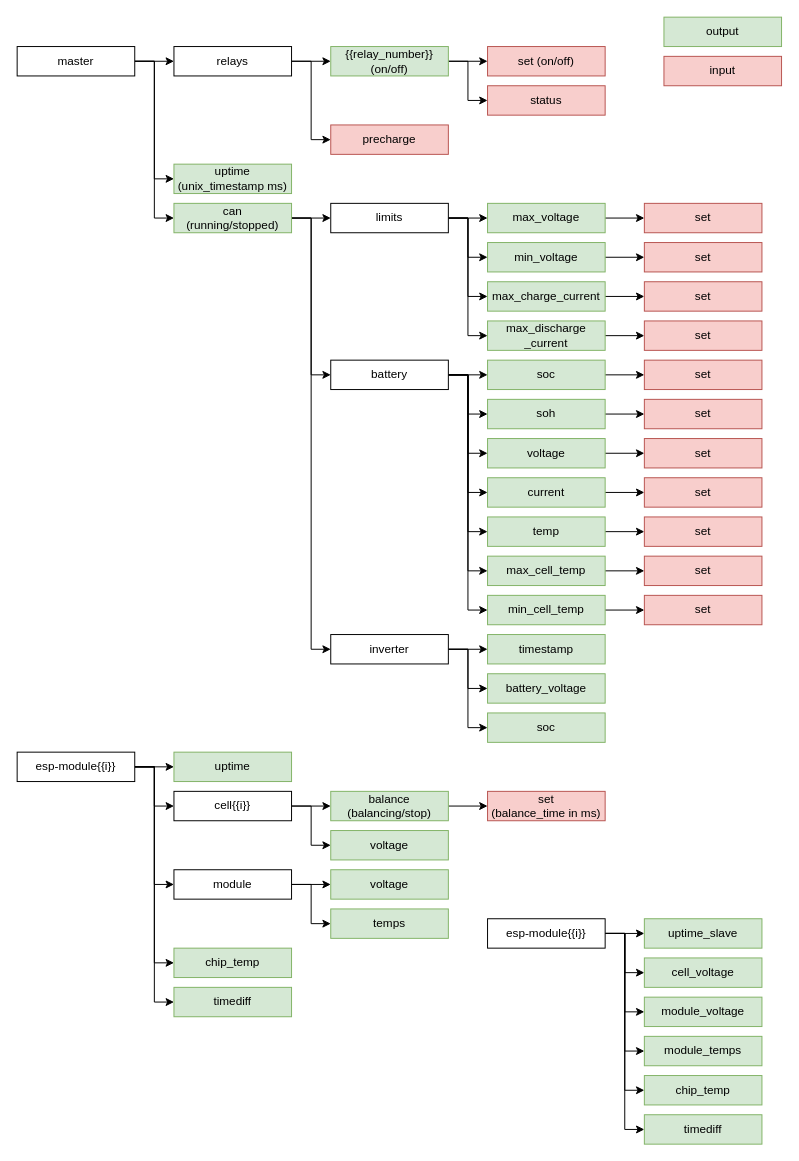
The draw.io diagram mqtt_topics.drawio in SunshadeCorp/EasyBMS-master, before the edit. Source tidied: cells renumbered, new cells numbered last; positions are measured from the earlier drawing's top-left corner, leaving out a move shared by most shapes. Both pictures are drawn from the tidied source at 98%, with x=0, y=0 at pixel (17, 17).
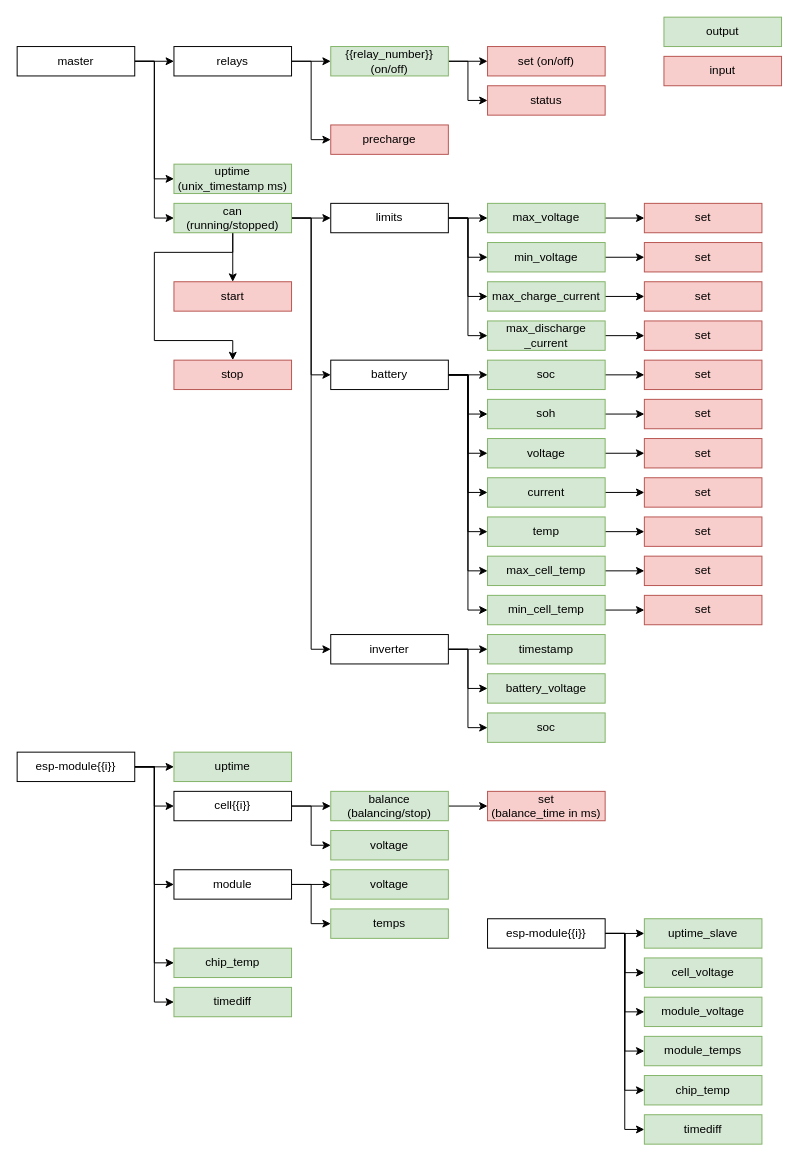
Above is the later version.

Unchanged cells that the change refers to:
```xml
<mxCell id="49" value="can&lt;br&gt;(running/stopped)" style="rounded=0;whiteSpace=wrap;html=1;fillColor=#d5e8d4;strokeColor=#82b366;" parent="1" vertex="1">
  <mxGeometry x="160" y="190" width="120" height="30" as="geometry" />
</mxCell>
```

The edit, as a diff of the source:
```diff
@@
+    <mxCell id="109" style="edgeStyle=orthogonalEdgeStyle;rounded=0;jettySize=auto;html=1;exitX=0.5;exitY=1;exitDx=0;exitDy=0;entryX=0.5;entryY=0;entryDx=0;entryDy=0;" parent="1" edge="1" source="49" target="111">
+      <mxGeometry relative="1" as="geometry" />
+    </mxCell>
+    <mxCell id="110" style="edgeStyle=orthogonalEdgeStyle;rounded=0;jettySize=auto;html=1;exitX=0.5;exitY=1;exitDx=0;exitDy=0;entryX=0.5;entryY=0;entryDx=0;entryDy=0;" parent="1" edge="1" source="49" target="112">
+      <mxGeometry relative="1" as="geometry">
+        <Array as="points">
+          <mxPoint x="220" y="240" />
+          <mxPoint x="140" y="240" />
+          <mxPoint x="140" y="330" />
+          <mxPoint x="220" y="330" />
+        </Array>
+      </mxGeometry>
+    </mxCell>
@@
+    <mxCell id="111" value="start" style="rounded=0;whiteSpace=wrap;html=1;fillColor=#f8cecc;strokeColor=#b85450;" parent="1" vertex="1">
+      <mxGeometry x="160" y="270" width="120" height="30" as="geometry" />
+    </mxCell>
+    <mxCell id="112" value="stop" style="rounded=0;whiteSpace=wrap;html=1;fillColor=#f8cecc;strokeColor=#b85450;" parent="1" vertex="1">
+      <mxGeometry x="160" y="350" width="120" height="30" as="geometry" />
+    </mxCell>
```
